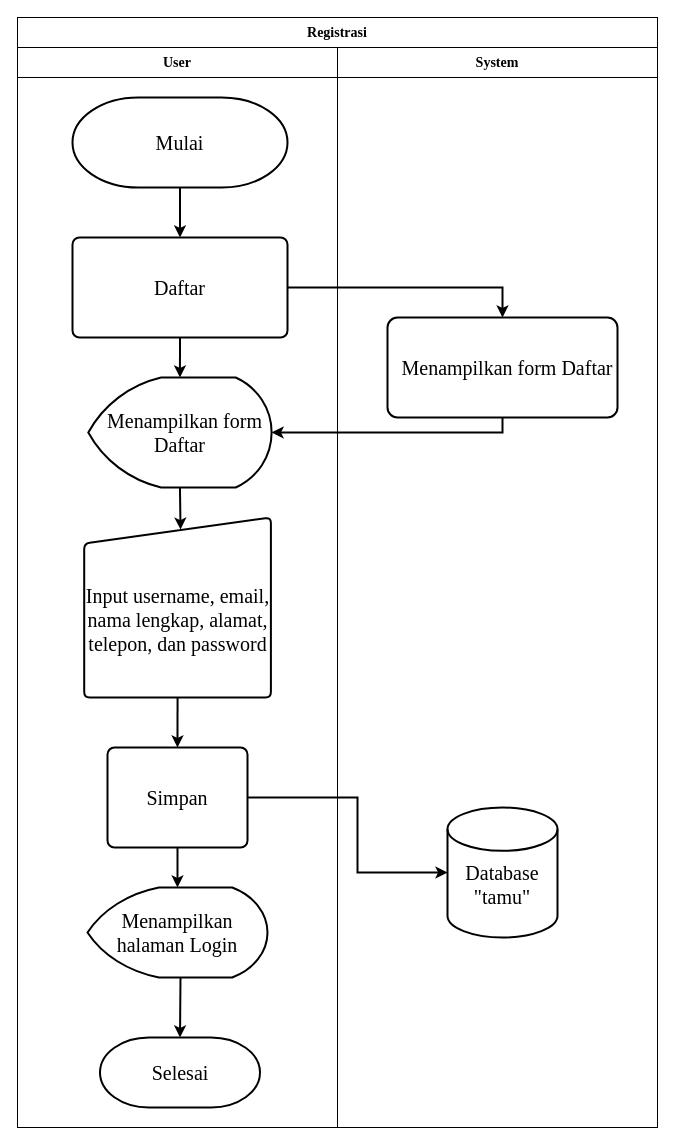
Earlier version of the draw.io diagram Untitled Diagram.drawio (befous44th/flowmap). Source tidied: cells renumbered, new cells numbered last; positions are measured from the earlier drawing's top-left corner, leaving out a move shared by most shapes. Both pictures are drawn from the tidied source at 100%, with x=0, y=0 at pixel (17, 17).
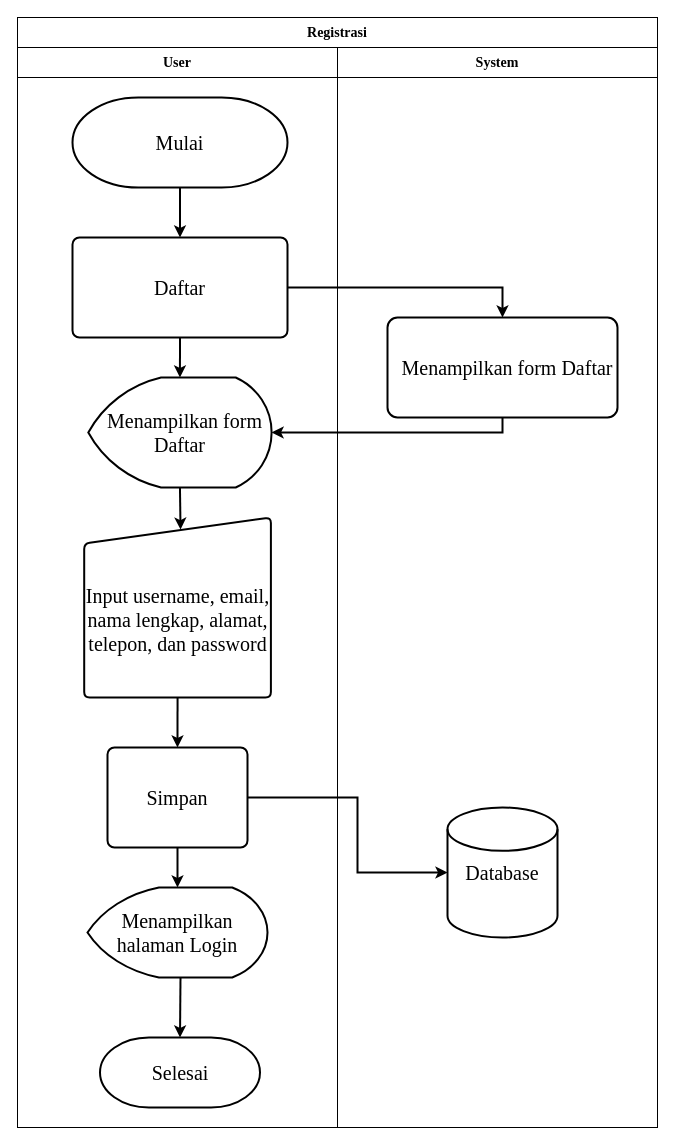
The same diagram, later.

The edit, as a diff of the source:
```diff
@@
-    <mxCell id="13" value="&lt;div&gt;&lt;br&gt;&lt;/div&gt;&lt;div&gt;Database &quot;tamu&quot;&lt;/div&gt;" style="strokeWidth=2;html=1;shape=mxgraph.flowchart.database;whiteSpace=wrap;fontFamily=Times New Roman;fontSize=20;" parent="1" vertex="1">
+    <mxCell id="13" value="Database" style="strokeWidth=2;html=1;shape=mxgraph.flowchart.database;whiteSpace=wrap;fontFamily=Times New Roman;fontSize=20;" parent="1" vertex="1">
       <mxGeometry x="430" y="790" width="110" height="130" as="geometry" />
     </mxCell>
```
